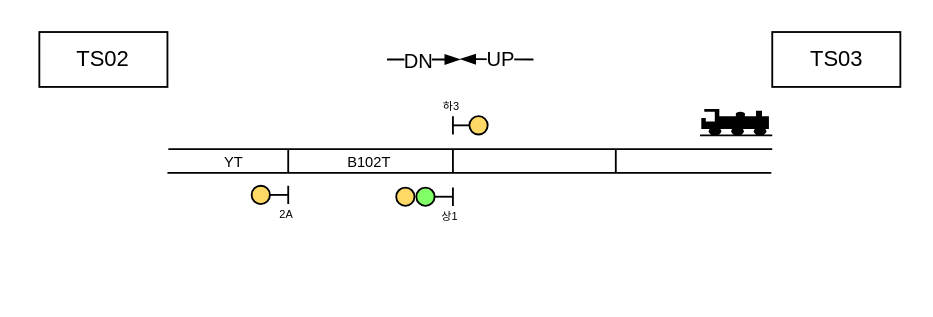
The draw.io diagram EABS/Tasks/신호흐름 템플릿.drawio in chillin2/MyDraw.io, before the edit. Source tidied: cells renumbered, new cells numbered last; positions are measured from the earlier drawing's top-left corner, leaving out a move shared by most shapes. Both pictures are drawn from the tidied source at 183%, with x=0, y=0 at pixel (38, 31).
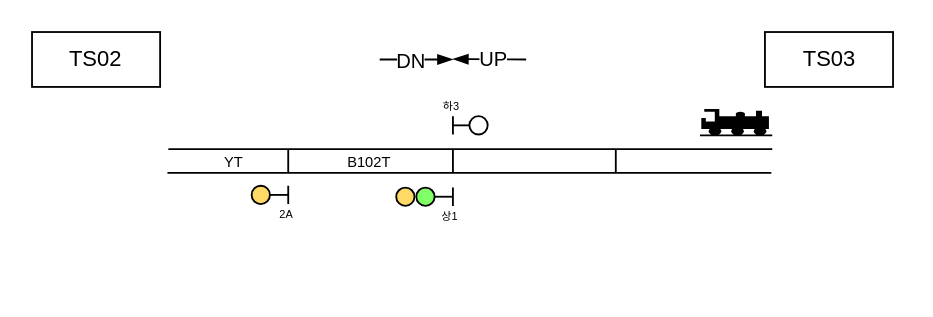
After the change.

Commit message (it also covers changes not shown here):
신호흐름 템플릿.drawio 업데이트

The edit, as a diff of the source:
```diff
@@
     <mxCell id="19" value="TS03" style="rounded=0;whiteSpace=wrap;html=1;" parent="1" vertex="1">
-      <mxGeometry x="400.5" width="70" height="30" as="geometry" />
+      <mxGeometry x="396.5" width="70" height="30" as="geometry" />
     </mxCell>
     <mxCell id="20" value="TS02" style="rounded=0;whiteSpace=wrap;html=1;" parent="1" vertex="1">
-      <mxGeometry width="70" height="30" as="geometry" />
+      <mxGeometry x="-4" width="70" height="30" as="geometry" />
     </mxCell>
     <mxCell id="21" style="endArrow=blockThin;html=1;rounded=0;endFill=1;" parent="1" edge="1">
       <mxGeometry relative="1" as="geometry">
-        <mxPoint x="270" y="15" as="sourcePoint" />
-        <mxPoint x="230" y="14.8" as="targetPoint" />
+        <mxPoint x="266" y="15" as="sourcePoint" />
+        <mxPoint x="226" y="14.8" as="targetPoint" />
       </mxGeometry>
     </mxCell>
@@
     <mxCell id="23" style="endArrow=blockThin;html=1;rounded=0;endFill=1;" parent="1" edge="1">
       <mxGeometry relative="1" as="geometry">
-        <mxPoint x="190" y="15" as="sourcePoint" />
-        <mxPoint x="230" y="15" as="targetPoint" />
+        <mxPoint x="186" y="15" as="sourcePoint" />
+        <mxPoint x="226" y="15" as="targetPoint" />
       </mxGeometry>
     </mxCell>
@@
-    <mxCell id="25" style="ellipse;whiteSpace=wrap;html=1;fillColor=#FFD966;strokeColor=default;" parent="1" vertex="1">
+    <mxCell id="25" style="ellipse;whiteSpace=wrap;html=1;fillColor=none;strokeColor=default;" parent="1" vertex="1">
       <mxGeometry x="235" y="46" width="10" height="10" as="geometry" />
     </mxCell>
```
